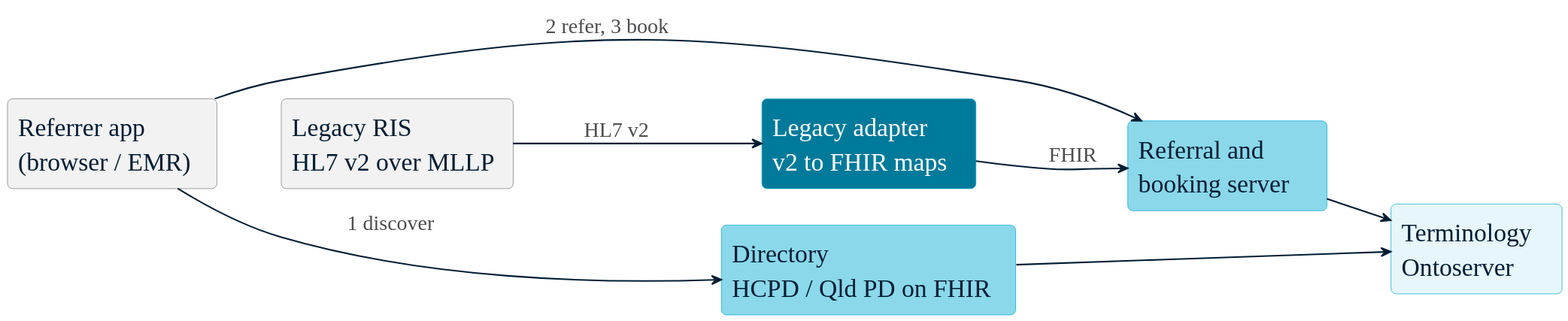
Before: 2026-10-29/2-FHIR-For-Services/slides/diagrams/services-architecture.svg, a diagram exported from PlantUML (aehrc/qh-connectathon).
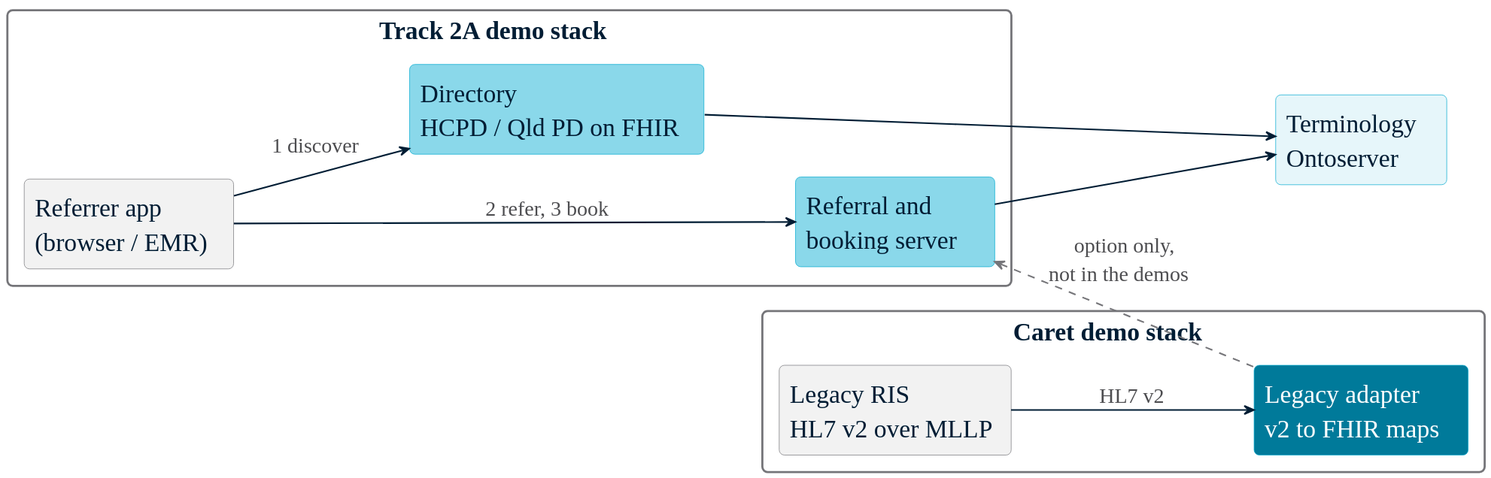
The same diagram one commit later.

Diff of the diagram source:
```diff
@@ -3,23 +3,28 @@
 skinparam defaultFontSize 24
 skinparam ArrowFontSize 20
 skinparam componentStyle rectangle
+skinparam ranksep 70
+skinparam nodesep 40
 left to right direction
 
-rectangle "Referrer app\n(browser / EMR)" as REF #F2F2F2;line:757579
-rectangle "Legacy RIS\nHL7 v2 over MLLP" as RIS #F2F2F2;line:757579
-rectangle "Directory\nHCPD / Qld PD on FHIR" as DIR #$L2
-rectangle "Referral and\nbooking server" as SRV #$L2
-rectangle "<color:white>Legacy adapter</color>\n<color:white>v2 to FHIR maps</color>" as ADP #$L3
+rectangle "Track 2A demo stack" as T2A #FFFFFF;line:757579;line.bold {
+  rectangle "Referrer app\n(browser / EMR)" as REF #F2F2F2;line:757579
+  rectangle "Directory\nHCPD / Qld PD on FHIR" as DIR #$L2
+  rectangle "Referral and\nbooking server" as SRV #$L2
+}
+rectangle "Caret demo stack" as CAR #FFFFFF;line:757579;line.bold {
+  rectangle "Legacy RIS\nHL7 v2 over MLLP" as RIS #F2F2F2;line:757579
+  rectangle "<color:white>Legacy adapter</color>\n<color:white>v2 to FHIR maps</color>" as ADP #$L3
+}
 rectangle "Terminology\nOntoserver" as TX #$L1
 
 REF --> DIR : 1 discover
 REF --> SRV : 2 refer, 3 book
 RIS --> ADP : HL7 v2
-ADP --> SRV : FHIR
 DIR --> TX
 SRV --> TX
+ADP .up.> SRV #757579 : option only,\nnot in the demos
 
 REF -[hidden]down-> RIS
 DIR -[hidden]down-> SRV
-SRV -[hidden]down-> ADP
 @enduml
```
